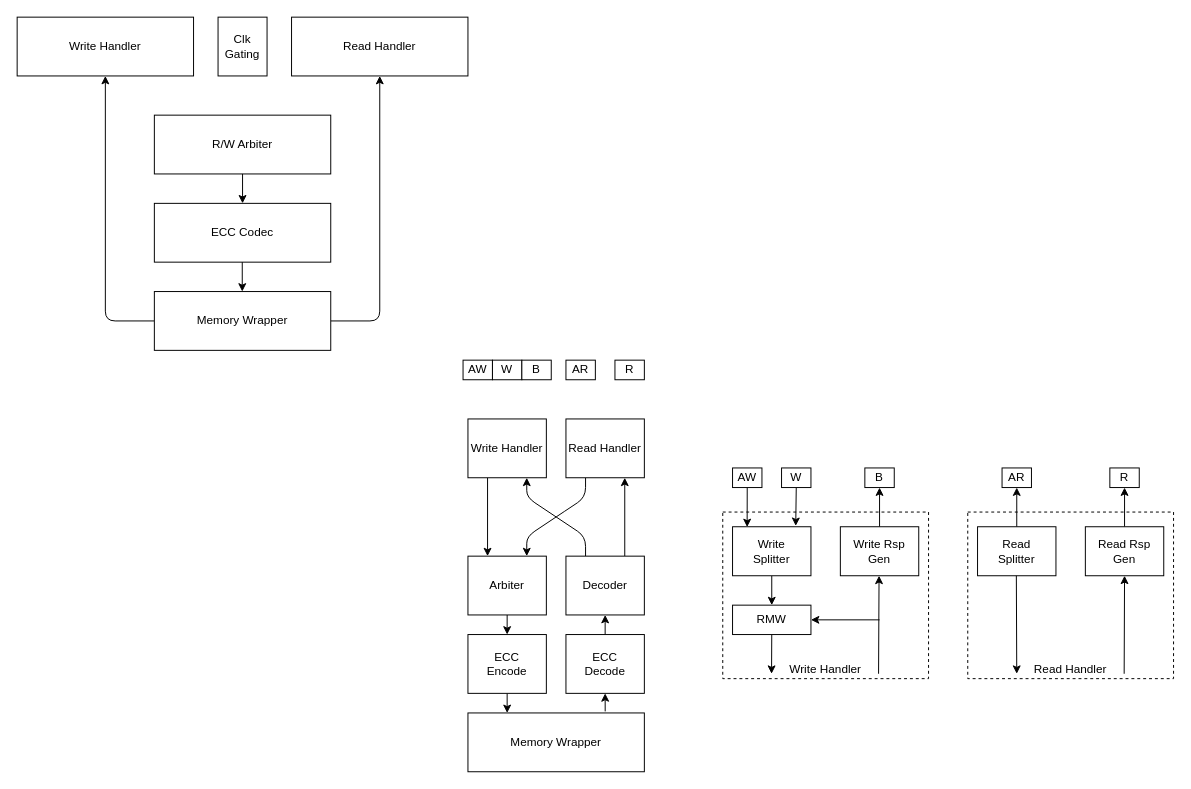
fliibs/fcip keeps this draw.io diagram as axi_mem.drawio. Above is the earlier version. Source tidied: cells renumbered, new cells numbered last; positions are measured from the earlier drawing's top-left corner, leaving out a move shared by most shapes. Both pictures are drawn from the tidied source at 98%, with x=0, y=0 at pixel (17, 17).
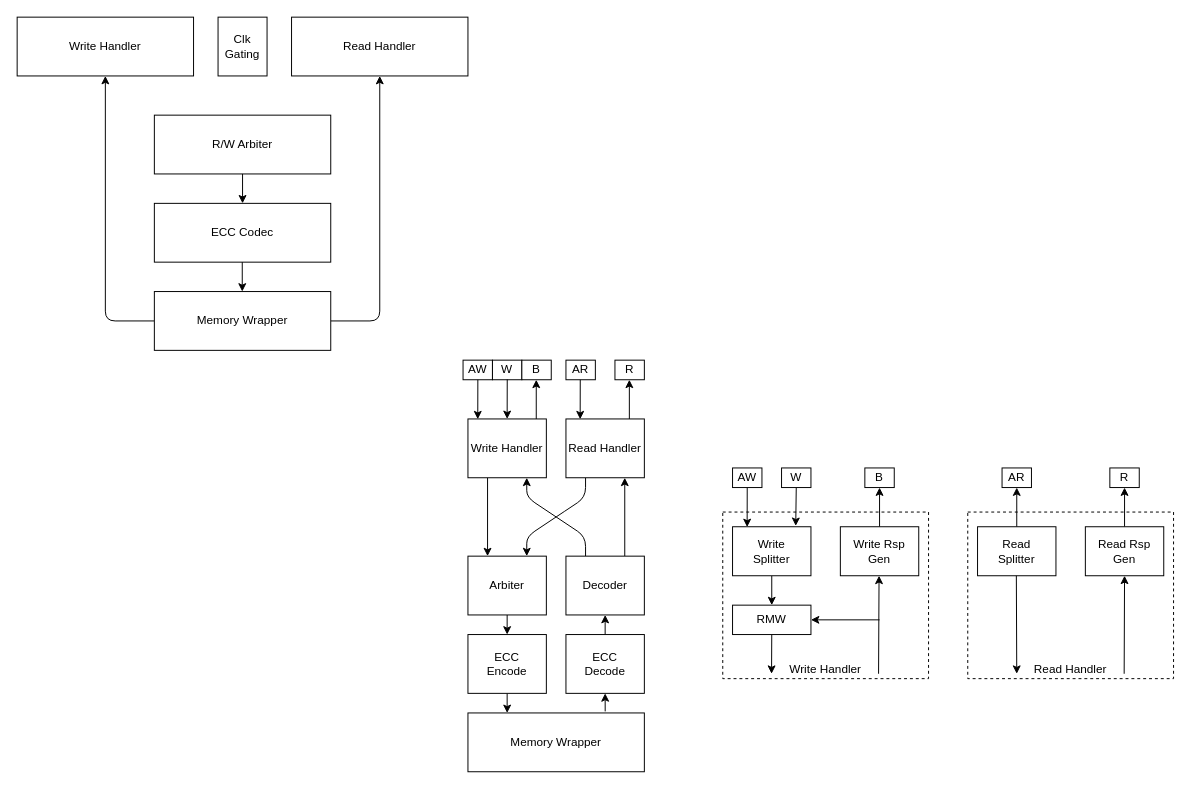
The same page after the edit.

Commit message:
update axi mem uarch.

What changed in the source:
```diff
@@
+    <mxCell id="55" style="edgeStyle=none;html=1;entryX=0.186;entryY=0.006;entryDx=0;entryDy=0;entryPerimeter=0;" parent="1" edge="1">
+      <mxGeometry relative="1" as="geometry">
+        <mxPoint x="470.1" y="370" as="sourcePoint" />
+        <mxPoint x="470" y="410.3" as="targetPoint" />
+      </mxGeometry>
+    </mxCell>
+    <mxCell id="56" style="edgeStyle=none;html=1;entryX=0.186;entryY=0.006;entryDx=0;entryDy=0;entryPerimeter=0;" parent="1" edge="1">
+      <mxGeometry relative="1" as="geometry">
+        <mxPoint x="500.1" y="369.7" as="sourcePoint" />
+        <mxPoint x="500" y="410" as="targetPoint" />
+      </mxGeometry>
+    </mxCell>
+    <mxCell id="57" style="edgeStyle=none;html=1;entryX=0.186;entryY=0.006;entryDx=0;entryDy=0;entryPerimeter=0;" parent="1" edge="1">
+      <mxGeometry relative="1" as="geometry">
+        <mxPoint x="574.6" y="370" as="sourcePoint" />
+        <mxPoint x="574.5" y="410.3" as="targetPoint" />
+      </mxGeometry>
+    </mxCell>
+    <mxCell id="58" style="endArrow=classic;html=1;" parent="1" edge="1">
+      <mxGeometry relative="1" as="geometry">
+        <mxPoint x="529.7" y="410" as="sourcePoint" />
+        <mxPoint x="529.7" y="370" as="targetPoint" />
+      </mxGeometry>
+    </mxCell>
+    <mxCell id="59" style="endArrow=classic;html=1;" parent="1" edge="1">
+      <mxGeometry relative="1" as="geometry">
+        <mxPoint x="624.7" y="410" as="sourcePoint" />
+        <mxPoint x="624.7" y="370" as="targetPoint" />
+      </mxGeometry>
+    </mxCell>
```
